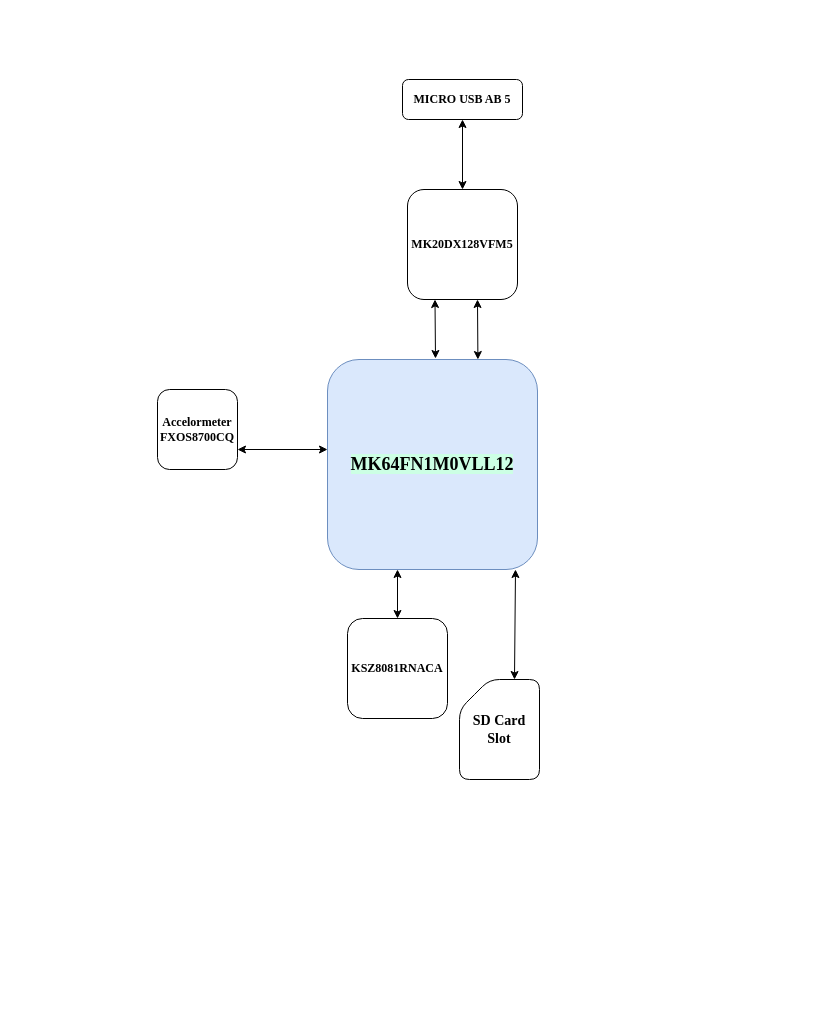
This is FRDM_K64F_Block Diagram.drawio from francis-job/BLOCK_DIAGRAMS, a draw.io file, before an edit. Source tidied: cells renumbered, new cells numbered last; positions are measured from the earlier drawing's top-left corner, leaving out a move shared by most shapes. Both pictures are drawn from the tidied source at 100%, with x=0, y=0 at pixel (157, 79). Pictures stored in the file or linked from it are replaced by grey dashed boxes.
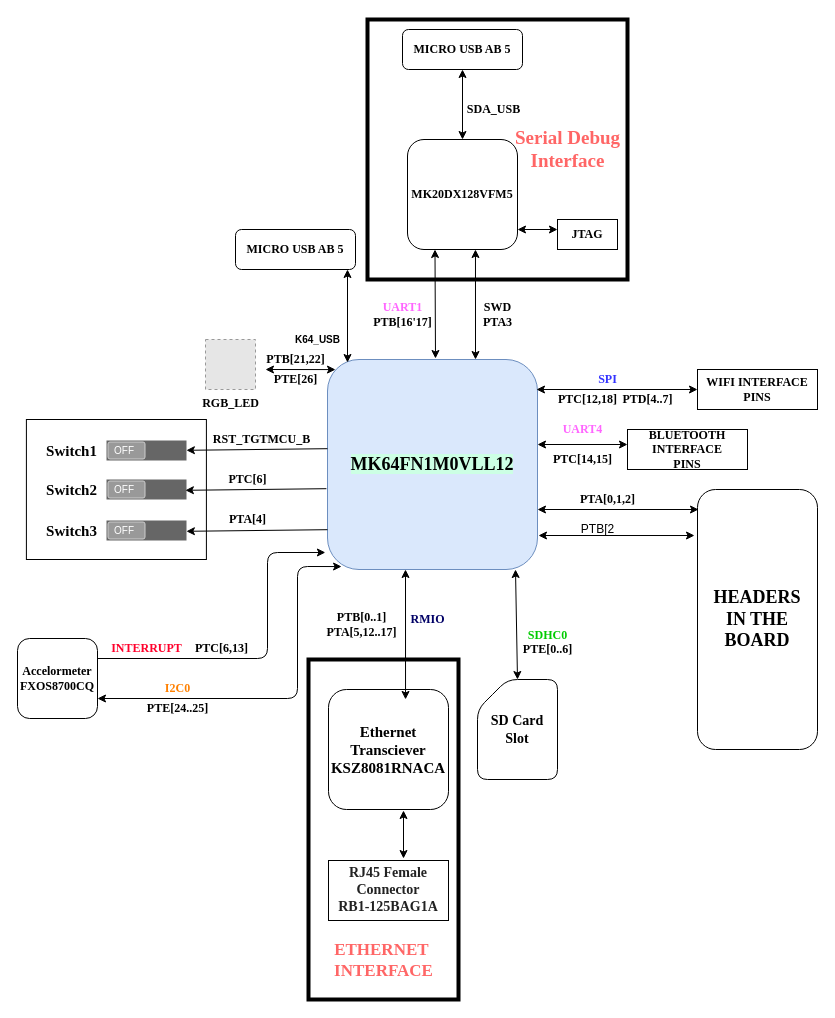
The same diagram, later.

The change refers to these unchanged cells:
```xml
<mxCell id="2" value="&lt;font face=&quot;Times New Roman&quot; size=&quot;1&quot;&gt;&lt;b style=&quot;font-size: 18px ; background-color: rgb(204 , 255 , 228)&quot;&gt;MK64FN1M0VLL12&lt;/b&gt;&lt;/font&gt;" style="whiteSpace=wrap;html=1;align=center;rounded=1;fillColor=#dae8fc;strokeColor=#6c8ebf;" parent="1" vertex="1">
  <mxGeometry x="170" y="280" width="210" height="210" as="geometry" />
</mxCell>
```

The edit, as a diff of the source:
```diff
@@
+    <mxCell id="14" style="rounded=0;whiteSpace=wrap;html=1;strokeWidth=1;" parent="1" vertex="1">
+      <mxGeometry x="-131.1" y="340" width="180" height="140" as="geometry" />
+    </mxCell>
+    <mxCell id="15" style="rounded=0;whiteSpace=wrap;html=1;strokeWidth=4;" parent="1" vertex="1">
+      <mxGeometry x="210" y="-60" width="260" height="260" as="geometry" />
+    </mxCell>
+    <mxCell id="16" style="rounded=0;whiteSpace=wrap;html=1;strokeWidth=4;" parent="1" vertex="1">
+      <mxGeometry x="151" y="580" width="150" height="340" as="geometry" />
+    </mxCell>
@@
     <mxCell id="3" value="&lt;font face=&quot;Times New Roman&quot;&gt;&lt;b&gt;MK20DX128VFM5&lt;/b&gt;&lt;/font&gt;" style="whiteSpace=wrap;html=1;rounded=1;" parent="1" vertex="1">
-      <mxGeometry x="250" y="110" width="110" height="110" as="geometry" />
+      <mxGeometry x="250" y="60" width="110" height="110" as="geometry" />
     </mxCell>
@@
-    <mxCell id="5" style="endArrow=classic;startArrow=classic;html=1;entryX=0.25;entryY=1;entryDx=0;entryDy=0;exitX=0.568;exitY=0;exitDx=0;exitDy=0;exitPerimeter=0;" parent="1" edge="1">
+    <mxCell id="5" style="endArrow=classic;startArrow=classic;html=1;entryX=0.618;entryY=1;entryDx=0;entryDy=0;entryPerimeter=0;" parent="1" edge="1" target="3">
       <mxGeometry relative="1" as="geometry">
-        <mxPoint x="320.4" y="280" as="sourcePoint" />
-        <mxPoint x="320" y="220" as="targetPoint" />
+        <mxPoint x="318" y="280" as="sourcePoint" />
       </mxGeometry>
     </mxCell>
     <mxCell id="6" value="&lt;font face=&quot;Times New Roman&quot;&gt;&lt;b&gt;MICRO USB AB 5&lt;/b&gt;&lt;/font&gt;" style="rounded=1;whiteSpace=wrap;html=1;" parent="1" vertex="1">
-      <mxGeometry x="245" width="120" height="40" as="geometry" />
+      <mxGeometry x="245" y="-50" width="120" height="40" as="geometry" />
     </mxCell>
@@
     <mxCell id="8" value="&lt;b&gt;&lt;font face=&quot;Times New Roman&quot;&gt;Accelormeter&lt;br&gt;FXOS8700CQ&lt;/font&gt;&lt;/b&gt;" style="whiteSpace=wrap;html=1;rounded=1;" parent="1" vertex="1">
-      <mxGeometry y="310" width="80" height="80" as="geometry" />
+      <mxGeometry x="-140" y="559" width="80" height="80" as="geometry" />
     </mxCell>
-    <mxCell id="9" style="endArrow=classic;startArrow=classic;html=1;exitX=1;exitY=0.75;exitDx=0;exitDy=0;" parent="1" edge="1" source="8">
+    <mxCell id="9" style="endArrow=classic;startArrow=classic;html=1;exitX=1;exitY=0.75;exitDx=0;exitDy=0;entryX=0.067;entryY=0.986;entryDx=0;entryDy=0;entryPerimeter=0;" parent="1" edge="1" source="8" target="2">
       <mxGeometry relative="1" as="geometry">
-        <mxPoint x="170" y="370" as="targetPoint" />
+        <Array as="points">
+          <mxPoint x="140" y="619" />
+          <mxPoint x="140" y="487" />
+        </Array>
       </mxGeometry>
     </mxCell>
     <mxCell id="10" value="&lt;b style=&quot;font-size: 14px&quot;&gt;&lt;font face=&quot;Times New Roman&quot; style=&quot;font-size: 14px&quot;&gt;SD Card&lt;br&gt;Slot&lt;/font&gt;&lt;/b&gt;" style="shape=card;whiteSpace=wrap;html=1;rounded=1;" parent="1" vertex="1">
-      <mxGeometry x="302" y="600" width="80" height="100" as="geometry" />
+      <mxGeometry x="320" y="600" width="80" height="100" as="geometry" />
     </mxCell>
-    <mxCell id="11" style="endArrow=classic;startArrow=classic;html=1;exitX=0;exitY=0;exitDx=55;exitDy=0;exitPerimeter=0;" parent="1" edge="1" source="10">
+    <mxCell id="11" style="endArrow=classic;startArrow=classic;html=1;exitX=0.5;exitY=0;exitDx=0;exitDy=0;exitPerimeter=0;" parent="1" edge="1" source="10">
       <mxGeometry relative="1" as="geometry">
         <mxPoint x="358" y="490" as="targetPoint" />
       </mxGeometry>
     </mxCell>
-    <mxCell id="12" value="&lt;b&gt;&lt;font face=&quot;Times New Roman&quot;&gt;KSZ8081RNACA&lt;/font&gt;&lt;/b&gt;" style="whiteSpace=wrap;html=1;rounded=1;" parent="1" vertex="1">
-      <mxGeometry x="190" y="539" width="100" height="100" as="geometry" />
+    <mxCell id="12" value="&lt;b style=&quot;font-size: 15px&quot;&gt;&lt;font face=&quot;Times New Roman&quot; style=&quot;font-size: 15px&quot;&gt;Ethernet&lt;br&gt;Transciever&lt;br&gt;KSZ8081RNACA&lt;/font&gt;&lt;/b&gt;" style="whiteSpace=wrap;html=1;rounded=1;" parent="1" vertex="1">
+      <mxGeometry x="171" y="610" width="120" height="120" as="geometry" />
     </mxCell>
-    <mxCell id="13" style="endArrow=classic;startArrow=classic;html=1;exitX=0.5;exitY=0;exitDx=0;exitDy=0;" parent="1" edge="1" source="12">
+    <mxCell id="13" style="endArrow=classic;startArrow=classic;html=1;exitX=0.642;exitY=0.083;exitDx=0;exitDy=0;exitPerimeter=0;" parent="1" edge="1" source="12">
       <mxGeometry relative="1" as="geometry">
-        <mxPoint x="240" y="490" as="targetPoint" />
+        <mxPoint x="248" y="490" as="targetPoint" />
       </mxGeometry>
     </mxCell>
+    <mxCell id="17" value="&lt;span style=&quot;color: rgb(34 , 34 , 34) ; font-weight: 700 ; text-align: left ; background-color: rgb(255 , 255 , 255)&quot;&gt;&lt;font style=&quot;font-size: 14px&quot; face=&quot;Times New Roman&quot;&gt;RJ45 Female Connector&lt;br&gt;RB1-125BAG1A&lt;/font&gt;&lt;/span&gt;" style="rounded=0;whiteSpace=wrap;html=1;" parent="1" vertex="1">
+      <mxGeometry x="171" y="781" width="120" height="60" as="geometry" />
+    </mxCell>
+    <mxCell id="18" style="endArrow=classic;startArrow=classic;html=1;exitX=0.625;exitY=-0.033;exitDx=0;exitDy=0;exitPerimeter=0;" parent="1" edge="1" source="17">
+      <mxGeometry relative="1" as="geometry">
+        <mxPoint x="246" y="731" as="targetPoint" />
+      </mxGeometry>
+    </mxCell>
+    <mxCell id="19" value="&lt;font face=&quot;Times New Roman&quot;&gt;&lt;b&gt;MICRO USB AB 5&lt;/b&gt;&lt;/font&gt;" style="rounded=1;whiteSpace=wrap;html=1;" parent="1" vertex="1">
+      <mxGeometry x="78" y="150" width="120" height="40" as="geometry" />
+    </mxCell>
+    <mxCell id="20" value="&lt;b&gt;&lt;font style=&quot;font-size: 10px&quot;&gt;K64_USB&lt;/font&gt;&lt;/b&gt;" style="text;html=1;align=center;verticalAlign=middle;" parent="1" vertex="1">
+      <mxGeometry x="130" y="250" width="60" height="20" as="geometry" />
+    </mxCell>
+    <mxCell id="21" value="&lt;b style=&quot;font-family: &amp;#34;times new roman&amp;#34;&quot;&gt;&lt;font color=&quot;#00cc00&quot;&gt;SDHC0&lt;/font&gt;&lt;/b&gt;&lt;font face=&quot;Times New Roman&quot;&gt;&lt;b&gt;&lt;br&gt;PTE[0..6]&lt;br&gt;&lt;br&gt;&lt;/b&gt;&lt;/font&gt;" style="text;html=1;align=center;verticalAlign=middle;" parent="1" vertex="1">
+      <mxGeometry x="360" y="545" width="60" height="50" as="geometry" />
+    </mxCell>
+    <mxCell id="22" value="&lt;b&gt;&lt;font face=&quot;Times New Roman&quot;&gt;JTAG&lt;/font&gt;&lt;/b&gt;" style="rounded=0;whiteSpace=wrap;html=1;" parent="1" vertex="1">
+      <mxGeometry x="400" y="140" width="60" height="30" as="geometry" />
+    </mxCell>
+    <mxCell id="23" style="endArrow=classic;startArrow=classic;html=1;" parent="1" edge="1">
+      <mxGeometry relative="1" as="geometry">
+        <mxPoint x="360" y="150" as="sourcePoint" />
+        <mxPoint x="400" y="150" as="targetPoint" />
+      </mxGeometry>
+    </mxCell>
+    <mxCell id="24" value="&lt;b&gt;&lt;font face=&quot;Times New Roman&quot;&gt;SDA_USB&lt;/font&gt;&lt;/b&gt;" style="text;html=1;align=center;verticalAlign=middle;" parent="1" vertex="1">
+      <mxGeometry x="301" y="20" width="70" height="20" as="geometry" />
+    </mxCell>
+    <mxCell id="25" value="&lt;font face=&quot;Times New Roman&quot;&gt;&lt;b&gt;PTB[0..1]&lt;br&gt;PTA[5,12..17]&lt;/b&gt;&lt;/font&gt;" style="text;html=1;align=center;verticalAlign=middle;" parent="1" vertex="1">
+      <mxGeometry x="158.9" y="530" width="90" height="30" as="geometry" />
+    </mxCell>
+    <mxCell id="26" value="&lt;b style=&quot;font-size: 17px&quot;&gt;&lt;font face=&quot;Times New Roman&quot; style=&quot;font-size: 17px&quot; color=&quot;#ff6666&quot;&gt;ETHERNET&amp;nbsp;&lt;br&gt;INTERFACE&lt;/font&gt;&lt;/b&gt;" style="text;html=1;align=center;verticalAlign=middle;" parent="1" vertex="1">
+      <mxGeometry x="171" y="861" width="110" height="40" as="geometry" />
+    </mxCell>
+    <mxCell id="27" value="&lt;b style=&quot;font-size: 19px&quot;&gt;&lt;font face=&quot;Times New Roman&quot; style=&quot;font-size: 19px&quot; color=&quot;#ff6666&quot;&gt;Serial Debug&lt;br&gt;Interface&lt;/font&gt;&lt;/b&gt;" style="text;html=1;align=center;verticalAlign=middle;" parent="1" vertex="1">
+      <mxGeometry x="350" y="50" width="120" height="40" as="geometry" />
+    </mxCell>
+    <mxCell id="28" value="&lt;b&gt;&lt;font face=&quot;Times New Roman&quot;&gt;PTE[24..25]&lt;/font&gt;&lt;/b&gt;" style="text;html=1;align=center;verticalAlign=middle;" parent="1" vertex="1">
+      <mxGeometry x="-20" y="619" width="80" height="20" as="geometry" />
+    </mxCell>
+    <mxCell id="29" value="&lt;b&gt;&lt;font face=&quot;Times New Roman&quot; color=&quot;#ff8000&quot;&gt;I2C0&lt;/font&gt;&lt;/b&gt;" style="text;html=1;align=center;verticalAlign=middle;" parent="1" vertex="1">
+      <mxGeometry y="599" width="40" height="20" as="geometry" />
+    </mxCell>
+    <mxCell id="30" value="&lt;b&gt;&lt;font face=&quot;Times New Roman&quot;&gt;&lt;font color=&quot;#ff66ff&quot;&gt;UART1&lt;/font&gt;&lt;br&gt;PTB[16'17]&lt;/font&gt;&lt;/b&gt;" style="text;html=1;align=center;verticalAlign=middle;" parent="1" vertex="1">
+      <mxGeometry x="210" y="220" width="70" height="30" as="geometry" />
+    </mxCell>
+    <mxCell id="31" value="&lt;b&gt;&lt;font face=&quot;Times New Roman&quot;&gt;SWD&lt;br&gt;PTA3&lt;/font&gt;&lt;/b&gt;" style="text;html=1;align=center;verticalAlign=middle;" parent="1" vertex="1">
+      <mxGeometry x="320" y="220" width="40" height="30" as="geometry" />
+    </mxCell>
+    <mxCell id="32" value="&lt;font face=&quot;Times New Roman&quot;&gt;&lt;b&gt;RGB_LED&lt;/b&gt;&lt;/font&gt;" style="fillColor=#E6E6E6;strokeColor=#999999;dashed=1;html=1;verticalAlign=top;verticalLabelPosition=bottom;labelBackgroundColor=#ffffff;" parent="1" vertex="1">
+      <mxGeometry x="48" y="260" width="50" height="50" as="geometry" />
+    </mxCell>
+    <mxCell id="33" style="endArrow=classic;startArrow=classic;html=1;entryX=0;entryY=0.286;entryDx=0;entryDy=0;entryPerimeter=0;" parent="1" edge="1">
+      <mxGeometry relative="1" as="geometry">
+        <mxPoint x="108" y="290" as="sourcePoint" />
+        <mxPoint x="178" y="290.1" as="targetPoint" />
+      </mxGeometry>
+    </mxCell>
+    <mxCell id="34" value="&lt;font face=&quot;Times New Roman&quot;&gt;&lt;b&gt;PTB[21,22]&lt;/b&gt;&lt;/font&gt;" style="text;html=1;align=center;verticalAlign=middle;" parent="1" vertex="1">
+      <mxGeometry x="103" y="270" width="70" height="20" as="geometry" />
+    </mxCell>
+    <mxCell id="35" value="&lt;b&gt;&lt;font face=&quot;Times New Roman&quot;&gt;PTE[26]&lt;/font&gt;&lt;/b&gt;" style="text;html=1;align=center;verticalAlign=middle;" parent="1" vertex="1">
+      <mxGeometry x="108" y="290" width="60" height="20" as="geometry" />
+    </mxCell>
+    <mxCell id="36" value="&lt;font face=&quot;Times New Roman&quot;&gt;&lt;b&gt;WIFI INTERFACE&lt;br&gt;PINS&lt;/b&gt;&lt;/font&gt;" style="rounded=0;whiteSpace=wrap;html=1;strokeWidth=1;" parent="1" vertex="1">
+      <mxGeometry x="540" y="290" width="120" height="40" as="geometry" />
+    </mxCell>
+    <mxCell id="37" style="endArrow=classic;startArrow=classic;html=1;entryX=0;entryY=0.5;entryDx=0;entryDy=0;" parent="1" edge="1" target="36">
+      <mxGeometry relative="1" as="geometry">
+        <mxPoint x="379" y="310" as="sourcePoint" />
+      </mxGeometry>
+    </mxCell>
+    <mxCell id="38" value="&lt;b&gt;&lt;font face=&quot;Times New Roman&quot;&gt;PTD[4..7]&lt;/font&gt;&lt;/b&gt;" style="text;html=1;align=center;verticalAlign=middle;" parent="1" vertex="1">
+      <mxGeometry x="455" y="310" width="70" height="20" as="geometry" />
+    </mxCell>
+    <mxCell id="39" value="&lt;b&gt;&lt;font face=&quot;Times New Roman&quot;&gt;PTC[12,18]&lt;/font&gt;&lt;/b&gt;" style="text;html=1;align=center;verticalAlign=middle;" parent="1" vertex="1">
+      <mxGeometry x="395" y="310" width="70" height="20" as="geometry" />
+    </mxCell>
+    <mxCell id="40" value="&lt;font face=&quot;Times New Roman&quot;&gt;&lt;b&gt;BLUETOOTH INTERFACE&lt;br&gt;PINS&lt;/b&gt;&lt;/font&gt;" style="rounded=0;whiteSpace=wrap;html=1;strokeWidth=1;" parent="1" vertex="1">
+      <mxGeometry x="470" y="350" width="120" height="40" as="geometry" />
+    </mxCell>
+    <mxCell id="41" style="endArrow=classic;startArrow=classic;html=1;exitX=1;exitY=0.119;exitDx=0;exitDy=0;exitPerimeter=0;" parent="1" edge="1">
+      <mxGeometry relative="1" as="geometry">
+        <mxPoint x="380" y="365" as="sourcePoint" />
+        <mxPoint x="470" y="365" as="targetPoint" />
+      </mxGeometry>
+    </mxCell>
+    <mxCell id="42" value="&lt;b&gt;&lt;font face=&quot;Times New Roman&quot; color=&quot;#ff66ff&quot;&gt;UART4&lt;/font&gt;&lt;/b&gt;" style="text;html=1;align=center;verticalAlign=middle;" parent="1" vertex="1">
+      <mxGeometry x="395" y="340" width="60" height="20" as="geometry" />
+    </mxCell>
+    <mxCell id="43" value="&lt;b&gt;&lt;font face=&quot;Times New Roman&quot;&gt;PTC[14,15]&lt;/font&gt;&lt;/b&gt;" style="text;html=1;align=center;verticalAlign=middle;" parent="1" vertex="1">
+      <mxGeometry x="390" y="370" width="70" height="20" as="geometry" />
+    </mxCell>
+    <mxCell id="44" value="&lt;b&gt;&lt;font face=&quot;Times New Roman&quot; color=&quot;#3333ff&quot;&gt;SPI&lt;/font&gt;&lt;/b&gt;" style="text;html=1;align=center;verticalAlign=middle;" parent="1" vertex="1">
+      <mxGeometry x="435" y="290" width="30" height="20" as="geometry" />
+    </mxCell>
+    <mxCell id="45" value="&lt;font face=&quot;Times New Roman&quot; style=&quot;font-size: 18px&quot;&gt;&lt;b&gt;HEADERS&lt;br&gt;IN THE&lt;br&gt;BOARD&lt;/b&gt;&lt;/font&gt;" style="rounded=1;whiteSpace=wrap;html=1;strokeWidth=1;" parent="1" vertex="1">
+      <mxGeometry x="540" y="410" width="120" height="260" as="geometry" />
+    </mxCell>
+    <mxCell id="46" style="endArrow=classic;startArrow=classic;html=1;" parent="1" edge="1" source="2">
+      <mxGeometry relative="1" as="geometry">
+        <mxPoint x="541" y="430" as="targetPoint" />
+        <Array as="points">
+          <mxPoint x="380" y="430" />
+        </Array>
+      </mxGeometry>
+    </mxCell>
+    <mxCell id="47" value="&lt;b&gt;&lt;font face=&quot;Times New Roman&quot;&gt;PTA[0,1,2]&lt;/font&gt;&lt;/b&gt;" style="text;html=1;align=center;verticalAlign=middle;" parent="1" vertex="1">
+      <mxGeometry x="415" y="410" width="70" height="20" as="geometry" />
+    </mxCell>
+    <mxCell id="48" style="verticalLabelPosition=bottom;verticalAlign=top;html=1;shadow=0;dashed=0;strokeWidth=1;shape=mxgraph.android.switch_off;fillColor=#666666;rounded=1;" parent="1" vertex="1">
+      <mxGeometry x="-51" y="361" width="80" height="20" as="geometry" />
+    </mxCell>
+    <mxCell id="49" style="verticalLabelPosition=bottom;verticalAlign=top;html=1;shadow=0;dashed=0;strokeWidth=1;shape=mxgraph.android.switch_off;fillColor=#666666;rounded=1;" parent="1" vertex="1">
+      <mxGeometry x="-51" y="400" width="80" height="20" as="geometry" />
+    </mxCell>
+    <mxCell id="50" style="verticalLabelPosition=bottom;verticalAlign=top;html=1;shadow=0;dashed=0;strokeWidth=1;shape=mxgraph.android.switch_off;fillColor=#666666;rounded=1;" parent="1" vertex="1">
+      <mxGeometry x="-51" y="441" width="80" height="20" as="geometry" />
+    </mxCell>
+    <mxCell id="51" value="&lt;font face=&quot;Times New Roman&quot; size=&quot;1&quot;&gt;&lt;b style=&quot;font-size: 15px&quot;&gt;Switch1&lt;/b&gt;&lt;/font&gt;" style="text;html=1;align=center;verticalAlign=middle;" parent="1" vertex="1">
+      <mxGeometry x="-121" y="361" width="70" height="20" as="geometry" />
+    </mxCell>
+    <mxCell id="52" value="&lt;font face=&quot;Times New Roman&quot; size=&quot;1&quot;&gt;&lt;b style=&quot;font-size: 15px&quot;&gt;Switch2&lt;/b&gt;&lt;/font&gt;" style="text;html=1;align=center;verticalAlign=middle;" parent="1" vertex="1">
+      <mxGeometry x="-121" y="400" width="70" height="20" as="geometry" />
+    </mxCell>
+    <mxCell id="53" value="&lt;font face=&quot;Times New Roman&quot; size=&quot;1&quot;&gt;&lt;b style=&quot;font-size: 15px&quot;&gt;Switch3&lt;/b&gt;&lt;/font&gt;" style="text;html=1;align=center;verticalAlign=middle;" parent="1" vertex="1">
+      <mxGeometry x="-121" y="441" width="70" height="20" as="geometry" />
+    </mxCell>
+    <mxCell id="54" style="endArrow=none;startArrow=classic;html=1;entryX=0.005;entryY=0.662;entryDx=0;entryDy=0;entryPerimeter=0;endFill=0;" parent="1" edge="1">
+      <mxGeometry relative="1" as="geometry">
+        <mxPoint x="28.9" y="370.8" as="sourcePoint" />
+        <mxPoint x="170" y="369.2" as="targetPoint" />
+      </mxGeometry>
+    </mxCell>
+    <mxCell id="55" style="endArrow=none;startArrow=classic;html=1;entryX=0.005;entryY=0.662;entryDx=0;entryDy=0;entryPerimeter=0;endFill=0;" parent="1" edge="1">
+      <mxGeometry relative="1" as="geometry">
+        <mxPoint x="27.9" y="410.8" as="sourcePoint" />
+        <mxPoint x="168.9" y="409.2" as="targetPoint" />
+      </mxGeometry>
+    </mxCell>
+    <mxCell id="56" style="endArrow=none;startArrow=classic;html=1;entryX=0.005;entryY=0.662;entryDx=0;entryDy=0;entryPerimeter=0;endFill=0;" parent="1" edge="1">
+      <mxGeometry relative="1" as="geometry">
+        <mxPoint x="28.9" y="451.8" as="sourcePoint" />
+        <mxPoint x="170" y="450.2" as="targetPoint" />
+      </mxGeometry>
+    </mxCell>
+    <mxCell id="57" value="&lt;font face=&quot;Times New Roman&quot;&gt;&lt;b&gt;PTA[4]&lt;/b&gt;&lt;/font&gt;" style="text;html=1;align=center;verticalAlign=middle;" parent="1" vertex="1">
+      <mxGeometry x="65" y="430" width="50" height="20" as="geometry" />
+    </mxCell>
+    <mxCell id="58" value="&lt;font face=&quot;Times New Roman&quot;&gt;&lt;b&gt;PTC[6]&lt;/b&gt;&lt;/font&gt;" style="text;html=1;align=center;verticalAlign=middle;" parent="1" vertex="1">
+      <mxGeometry x="65" y="390" width="50" height="20" as="geometry" />
+    </mxCell>
+    <mxCell id="59" value="&lt;b&gt;&lt;font face=&quot;Times New Roman&quot;&gt;RST_TGTMCU_B&lt;/font&gt;&lt;/b&gt;" style="text;html=1;align=center;verticalAlign=middle;" parent="1" vertex="1">
+      <mxGeometry x="48.9" y="350" width="110" height="20" as="geometry" />
+    </mxCell>
+    <mxCell id="60" style="endArrow=classic;startArrow=classic;html=1;" parent="1" edge="1">
+      <mxGeometry relative="1" as="geometry">
+        <mxPoint x="190" y="283" as="sourcePoint" />
+        <mxPoint x="190" y="190" as="targetPoint" />
+      </mxGeometry>
+    </mxCell>
+    <mxCell id="61" style="edgeStyle=orthogonalEdgeStyle;rounded=0;orthogonalLoop=1;jettySize=auto;html=1;exitX=0.5;exitY=1;exitDx=0;exitDy=0;endArrow=none;endFill=0;" parent="1" edge="1" source="19" target="19">
+      <mxGeometry relative="1" as="geometry" />
+    </mxCell>
+    <mxCell id="62" value="&lt;b&gt;&lt;font face=&quot;Times New Roman&quot; color=&quot;#000066&quot;&gt;RMIO&lt;/font&gt;&lt;/b&gt;" style="text;html=1;align=center;verticalAlign=middle;" parent="1" vertex="1">
+      <mxGeometry x="245" y="530" width="50" height="20" as="geometry" />
+    </mxCell>
+    <mxCell id="63" style="endArrow=classic;html=1;entryX=-0.01;entryY=0.919;entryDx=0;entryDy=0;entryPerimeter=0;exitX=1;exitY=0.25;exitDx=0;exitDy=0;" parent="1" edge="1" source="8" target="2">
+      <mxGeometry relative="1" as="geometry">
+        <Array as="points">
+          <mxPoint x="110" y="579" />
+          <mxPoint x="110" y="473" />
+        </Array>
+      </mxGeometry>
+    </mxCell>
+    <mxCell id="64" value="&lt;font face=&quot;Times New Roman&quot; color=&quot;#ff002b&quot;&gt;&lt;b&gt;INTERRUPT&lt;/b&gt;&lt;/font&gt;" style="text;html=1;align=center;verticalAlign=middle;" parent="1" vertex="1">
+      <mxGeometry x="-56" y="559" width="90" height="20" as="geometry" />
+    </mxCell>
+    <mxCell id="65" value="&lt;b&gt;&lt;font face=&quot;Times New Roman&quot;&gt;PTC[6,13]&lt;/font&gt;&lt;/b&gt;" style="text;html=1;align=center;verticalAlign=middle;" parent="1" vertex="1">
+      <mxGeometry x="28.9" y="559" width="70" height="20" as="geometry" />
+    </mxCell>
+    <mxCell id="66" style="endArrow=classic;startArrow=classic;html=1;entryX=-0.025;entryY=0.177;entryDx=0;entryDy=0;entryPerimeter=0;" parent="1" edge="1" target="45">
+      <mxGeometry relative="1" as="geometry">
+        <mxPoint x="381" y="456" as="sourcePoint" />
+      </mxGeometry>
+    </mxCell>
+    <mxCell id="67" value="PTB[2" style="text;html=1;align=center;verticalAlign=middle;" parent="1" vertex="1">
+      <mxGeometry x="415" y="440" width="50" height="20" as="geometry" />
+    </mxCell>
```
